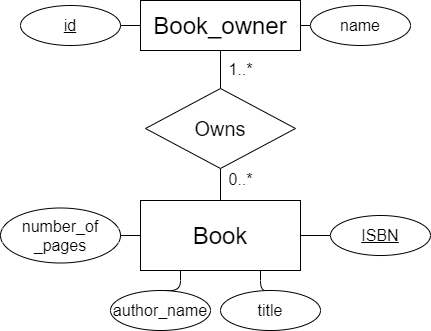
This is Images/book_example_w_cardinality.png from chhoumann/p5, a draw.io export, as it was before one commit. Source tidied: cells renumbered, new cells last; positions are measured from the earlier drawing's top-left corner, leaving out a move shared by most shapes.
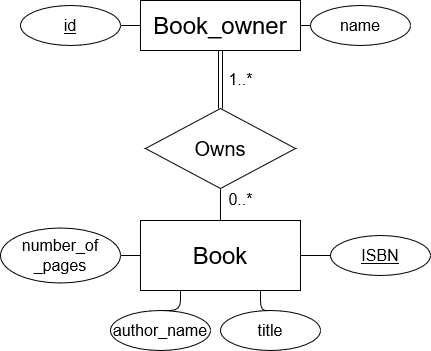
After the commit.

What changed in the source:
```diff
@@ -12,9 +12,9 @@
       <mxGeometry relative="1" as="geometry" />
     </mxCell>
     <mxCell id="5" value="&lt;span style=&quot;font-size: 24px&quot;&gt;Book_owner&lt;/span&gt;" style="whiteSpace=wrap;html=1;align=center;" parent="1" vertex="1">
-      <mxGeometry x="140" width="160" height="50" as="geometry" />
+      <mxGeometry x="140" y="-20" width="160" height="50" as="geometry" />
     </mxCell>
-    <mxCell id="6" value="1..*" style="edgeStyle=orthogonalEdgeStyle;rounded=1;jettySize=auto;html=1;exitX=0.5;exitY=0;exitDx=0;exitDy=0;entryX=0.5;entryY=1;entryDx=0;entryDy=0;fontSize=16;endArrow=none;endFill=0;" parent="1" edge="1" source="7" target="5">
+    <mxCell id="6" value="1..*" style="edgeStyle=orthogonalEdgeStyle;rounded=1;jettySize=auto;html=1;exitX=0.5;exitY=0;exitDx=0;exitDy=0;entryX=0.5;entryY=1;entryDx=0;entryDy=0;fontSize=16;endArrow=none;endFill=0;shape=link;" parent="1" edge="1" source="7" target="5">
       <mxGeometry y="-20" relative="1" as="geometry" />
     </mxCell>
     <mxCell id="7" value="&lt;font style=&quot;font-size: 20px&quot;&gt;Owns&lt;/font&gt;" style="shape=rhombus;perimeter=rhombusPerimeter;whiteSpace=wrap;html=1;align=center;" parent="1" vertex="1">
@@ -45,13 +45,13 @@
       <mxGeometry x="220" y="290" width="100" height="40" as="geometry" />
     </mxCell>
     <mxCell id="16" value="name" style="ellipse;whiteSpace=wrap;html=1;align=center;fontSize=16;" parent="1" vertex="1">
-      <mxGeometry x="310" y="5" width="100" height="40" as="geometry" />
+      <mxGeometry x="310" y="-15" width="100" height="40" as="geometry" />
     </mxCell>
     <mxCell id="17" style="edgeStyle=orthogonalEdgeStyle;rounded=1;jettySize=auto;html=1;exitX=1;exitY=0.5;exitDx=0;exitDy=0;entryX=0;entryY=0.5;entryDx=0;entryDy=0;fontSize=16;endArrow=none;endFill=0;" parent="1" edge="1" source="18" target="5">
       <mxGeometry relative="1" as="geometry" />
     </mxCell>
     <mxCell id="18" value="&lt;u&gt;id&lt;/u&gt;" style="ellipse;whiteSpace=wrap;html=1;align=center;fontSize=16;" parent="1" vertex="1">
-      <mxGeometry x="20" y="5" width="100" height="40" as="geometry" />
+      <mxGeometry x="20" y="-15" width="100" height="40" as="geometry" />
     </mxCell>
   </root>
 </mxGraphModel>
```
